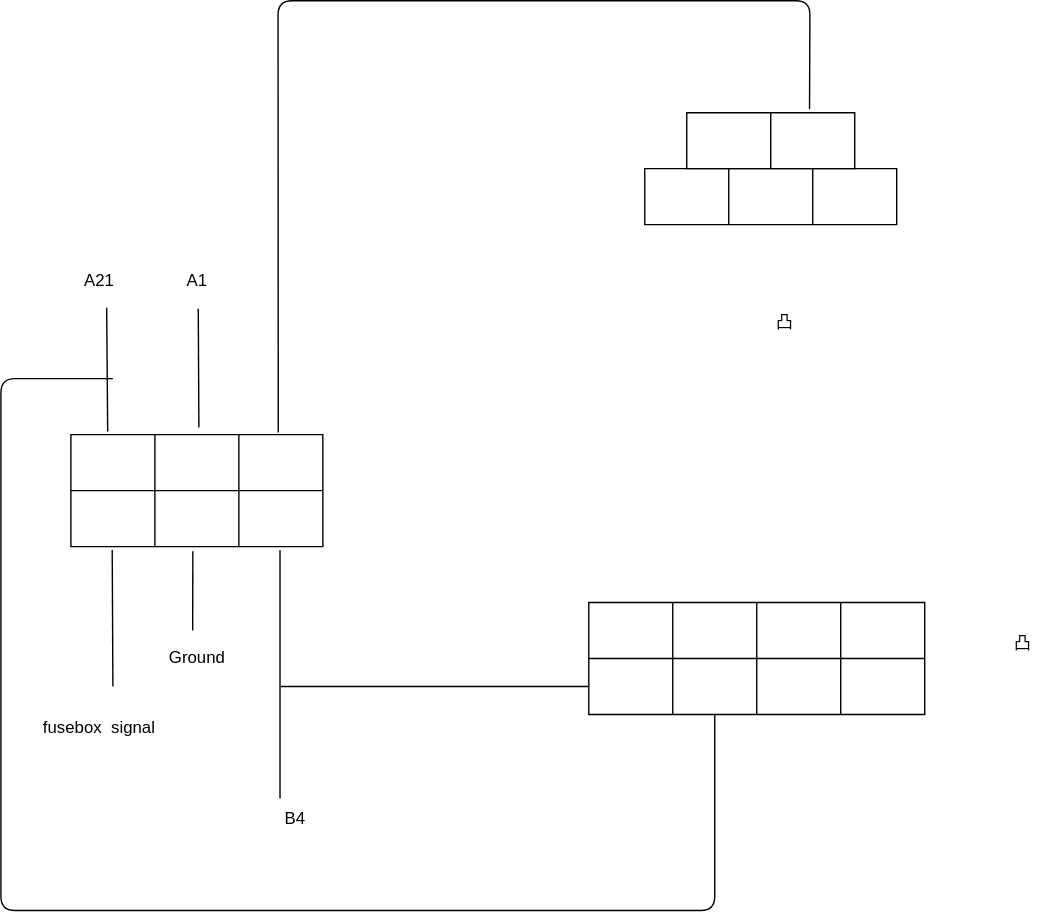
Earlier version of the draw.io export pinCheck/mainWireHarness/indiCon.drawio.svg (nextfp/WiringDiagram). Source tidied: cells renumbered, new cells last; positions are measured from the earlier drawing's top-left corner, leaving out a move shared by most shapes.
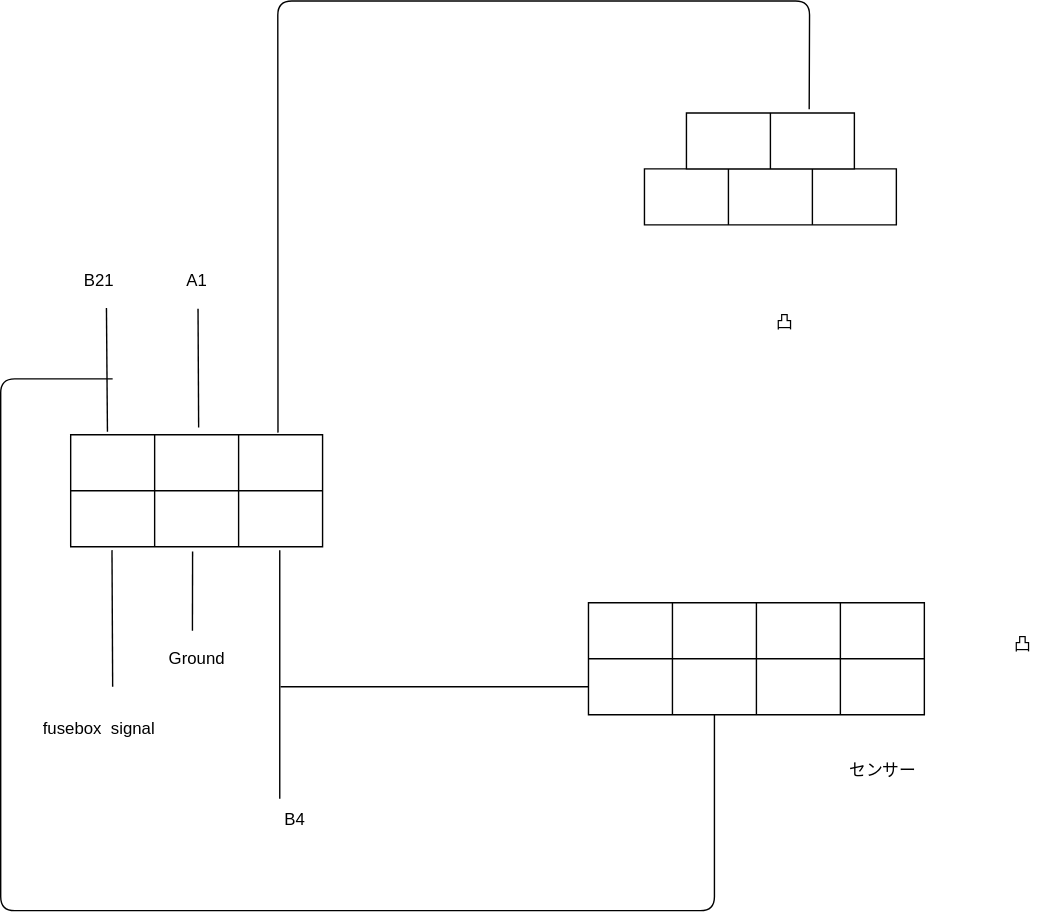
The same file after the commit.

Commit message:
fix: 間違っていた箇所を修正

The edit, as a diff of the source:
```diff
@@ -150,11 +150,14 @@
         </Array>
       </mxGeometry>
     </mxCell>
-    <mxCell id="44" value="A21" style="text;html=1;align=center;verticalAlign=middle;points=[];strokeColor=none;fillColor=none;" parent="1" vertex="1">
+    <mxCell id="44" value="B21" style="text;html=1;align=center;verticalAlign=middle;points=[];strokeColor=none;fillColor=none;" parent="1" vertex="1">
       <mxGeometry x="50" y="185" width="40" height="30" as="geometry" />
     </mxCell>
     <mxCell id="45" style="endArrow=none;html=1;entryX=0.146;entryY=-0.055;entryDx=0;entryDy=0;entryPerimeter=0;exitX=0.639;exitY=1.148;exitDx=0;exitDy=0;exitPerimeter=0;" parent="1" edge="1" source="44" target="3">
       <mxGeometry relative="1" as="geometry" />
     </mxCell>
+    <mxCell id="46" value="センサー" style="text;html=1;align=center;verticalAlign=middle;strokeColor=none;fillColor=none;" parent="1" vertex="1">
+      <mxGeometry x="595" y="535" width="70" height="30" as="geometry" />
+    </mxCell>
   </root>
 </mxGraphModel>
```
